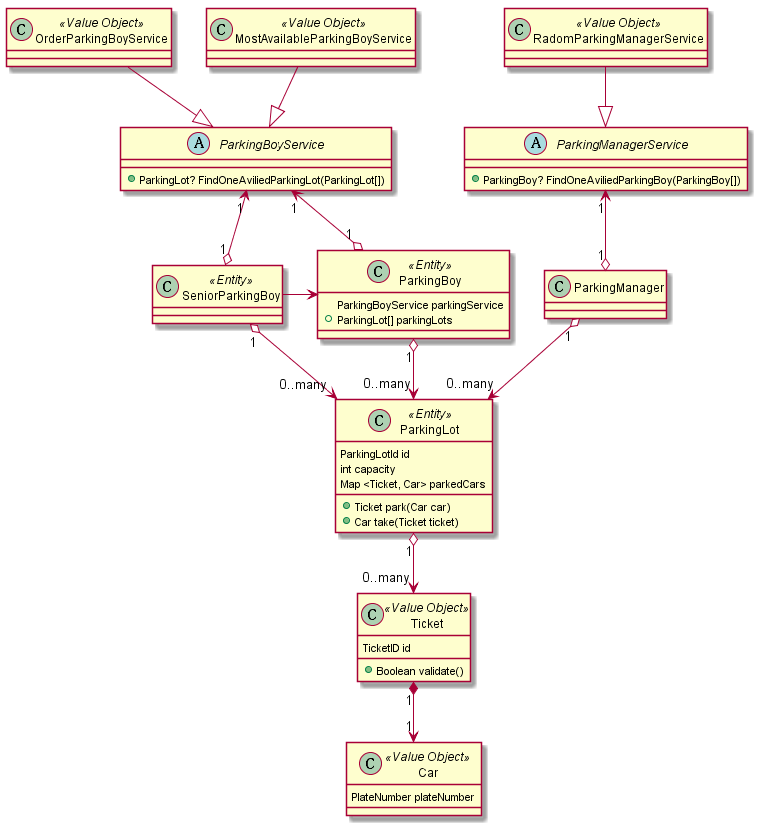
This is out/Parking/parking.png from scglwsj/ddd-learning, a PlantUML export, as it was before one commit. Its diagram source:
```plantuml
@startuml parking

abstract class ParkingBoyService {
  + ParkingLot? FindOneAviliedParkingLot(ParkingLot[])
}

abstract class ParkingManagerService {
  + ParkingBoy? FindOneAviliedParkingBoy(ParkingBoy[])
}

class OrderParkingBoyService << Value Object >>
class MostAvailableParkingBoyService << Value Object >>
class RadomParkingManagerService << Value Object >>

class ParkingBoy << Entity >> {

ParkingBoyService parkingService
  + ParkingLot[] parkingLots
}

class SeniorParkingBoy << Entity >>

class ParkingLot << Entity >> {
  ParkingLotId id
  int capacity
  Map <Ticket, Car> parkedCars

  + Ticket park(Car car)
  + Car take(Ticket ticket)
}

class Car << Value Object >> {
    PlateNumber plateNumber
}

class Ticket << Value Object >> {
  TicketID id
  + Boolean validate()
}

class ParkingManager

Ticket "1" *--> "1" Car
ParkingLot "1" o--> "0..many" Ticket
ParkingBoy "1" o--> "0..many" ParkingLot
SeniorParkingBoy "1" o--> "0..many" ParkingLot
OrderParkingBoyService --|> ParkingBoyService
MostAvailableParkingBoyService --|> ParkingBoyService
RadomParkingManagerService --|> ParkingManagerService
ParkingBoy "1" o-up-> "1" ParkingBoyService
SeniorParkingBoy "1" o-up-> "1" ParkingBoyService
SeniorParkingBoy -> ParkingBoy
ParkingManager "1" o--> "0..many" ParkingLot
ParkingManager "1" o-up-> "1" ParkingManagerService

@enduml
```
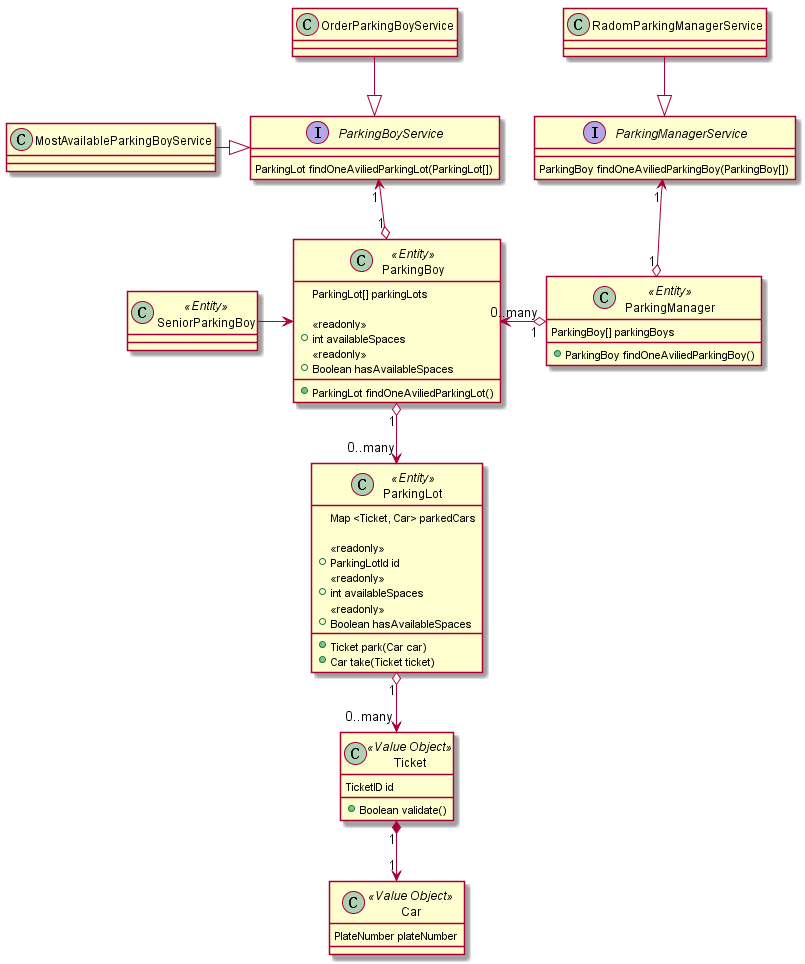
Above is the later version.

Commit message:
rewrite parking boy in ts

Change to the diagram source:
```diff
@@ -1,29 +1,39 @@
 @startuml parking
 
-abstract class ParkingBoyService {
-  + ParkingLot? FindOneAviliedParkingLot(ParkingLot[])
+interface ParkingBoyService {
+  ParkingLot findOneAviliedParkingLot(ParkingLot[])
 }
 
-abstract class ParkingManagerService {
-  + ParkingBoy? FindOneAviliedParkingBoy(ParkingBoy[])
+interface ParkingManagerService {
+  ParkingBoy findOneAviliedParkingBoy(ParkingBoy[])
 }
 
-class OrderParkingBoyService << Value Object >>
-class MostAvailableParkingBoyService << Value Object >>
-class RadomParkingManagerService << Value Object >>
+class OrderParkingBoyService
+class MostAvailableParkingBoyService
+class RadomParkingManagerService
 
 class ParkingBoy << Entity >> {
+  ParkingLot[] parkingLots
 
-ParkingBoyService parkingService
-  + ParkingLot[] parkingLots
+  <<readonly>>
+  + int availableSpaces
+  <<readonly>>
+  + Boolean hasAvailableSpaces
+
+  + ParkingLot findOneAviliedParkingLot()
 }
 
 class SeniorParkingBoy << Entity >>
 
 class ParkingLot << Entity >> {
-  ParkingLotId id
-  int capacity
   Map <Ticket, Car> parkedCars
+
+  <<readonly>>
+  + ParkingLotId id
+  <<readonly>>
+  + int availableSpaces
+  <<readonly>>
+  + Boolean hasAvailableSpaces
 
   + Ticket park(Car car)
   + Car take(Ticket ticket)
@@ -38,19 +48,20 @@
   + Boolean validate()
 }
 
-class ParkingManager
+class ParkingManager << Entity >> {
+  ParkingBoy[] parkingBoys
+  + ParkingBoy findOneAviliedParkingBoy()
+}
 
 Ticket "1" *--> "1" Car
 ParkingLot "1" o--> "0..many" Ticket
 ParkingBoy "1" o--> "0..many" ParkingLot
-SeniorParkingBoy "1" o--> "0..many" ParkingLot
 OrderParkingBoyService --|> ParkingBoyService
-MostAvailableParkingBoyService --|> ParkingBoyService
+MostAvailableParkingBoyService -|> ParkingBoyService
 RadomParkingManagerService --|> ParkingManagerService
 ParkingBoy "1" o-up-> "1" ParkingBoyService
-SeniorParkingBoy "1" o-up-> "1" ParkingBoyService
 SeniorParkingBoy -> ParkingBoy
-ParkingManager "1" o--> "0..many" ParkingLot
+ParkingManager "1" o-left-> "0..many" ParkingBoy
 ParkingManager "1" o-up-> "1" ParkingManagerService
 
 @enduml
```
